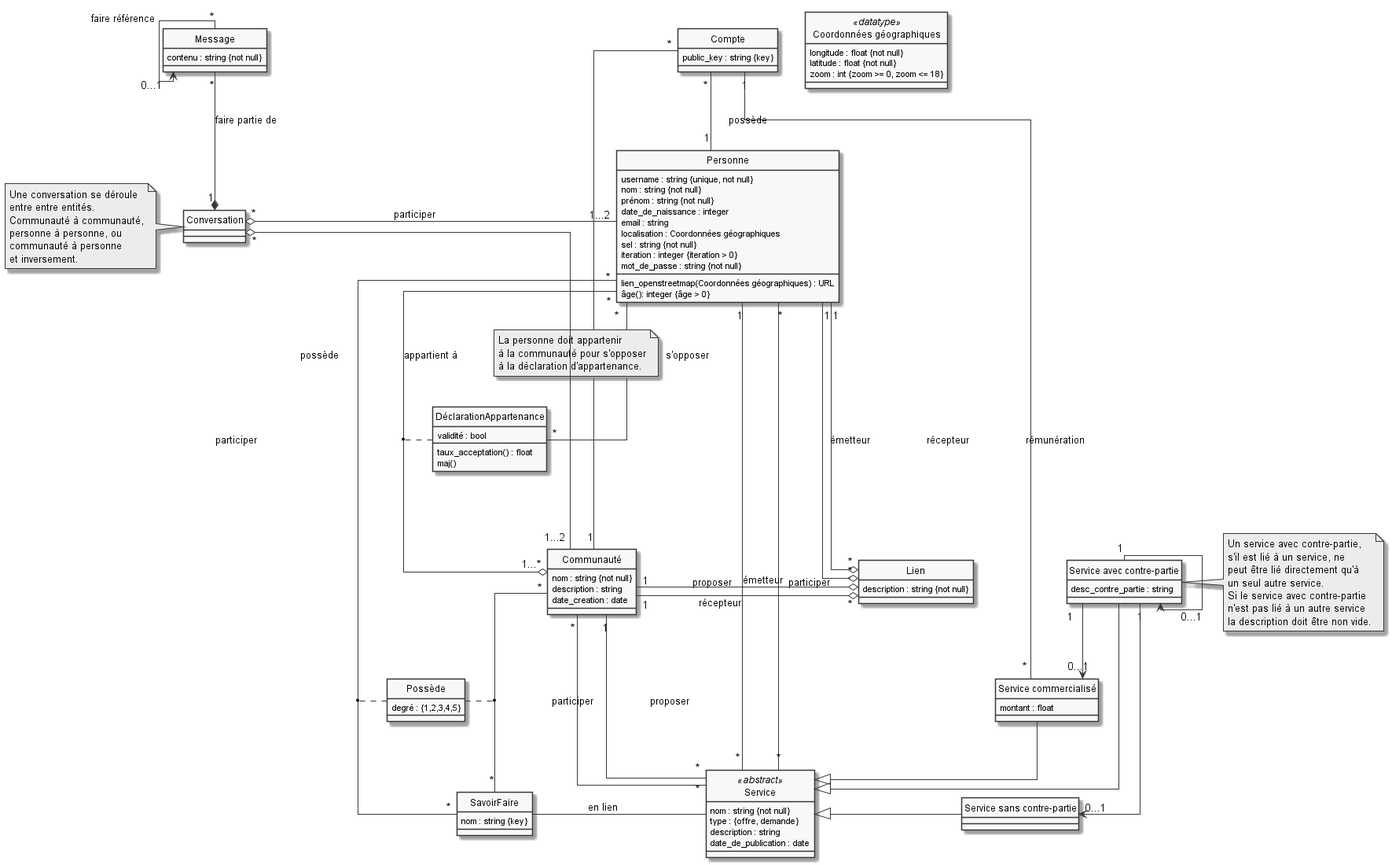
Above: Rendu image MCD/modele.png in quachpas/projet-na17-groupe-3-p20 (PlantUML), before the change.
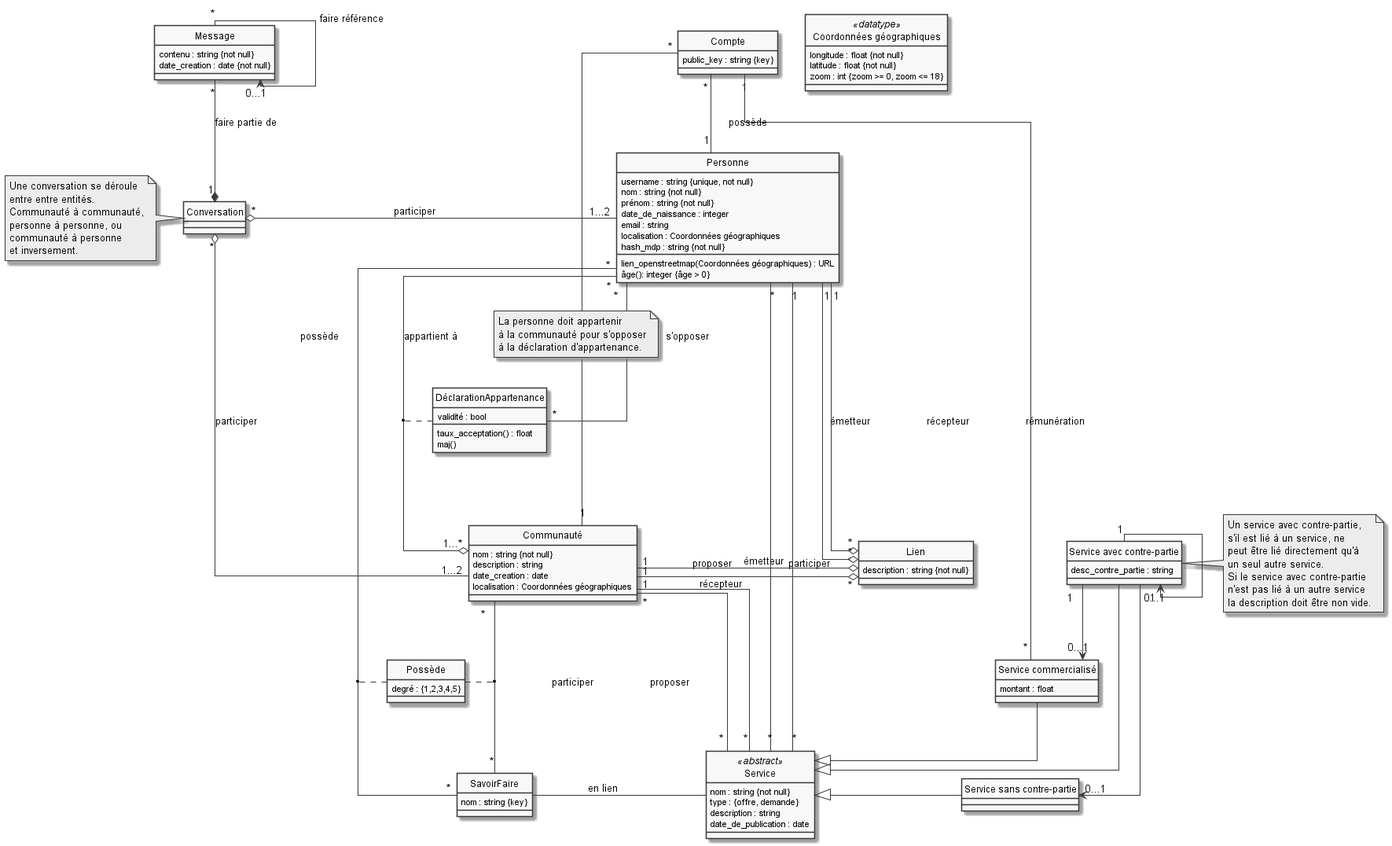
After the commit.

Change to the diagram source:
```diff
@@ -8,6 +8,7 @@
     nom : string {not null}
     description : string
     date_creation : date
+    localisation : Coordonnées géographiques
 }
 class Personne {
     username : string {unique, not null}
@@ -17,9 +18,7 @@
     email : string
     localisation : Coordonnées géographiques
     lien_openstreetmap(Coordonnées géographiques) : URL
-    sel : string {not null}
-    iteration : integer {iteration > 0}
-    mot_de_passe : string {not null}
+    hash_mdp : string {not null}
     âge(): integer {âge > 0}
 }
 class Compte {
@@ -36,6 +35,7 @@
 }
 class Message {
     contenu : string {not null}
+    date_creation : date {not null}
 }
 class "Service" <<abstract>> {
     nom : string {not null}
```
